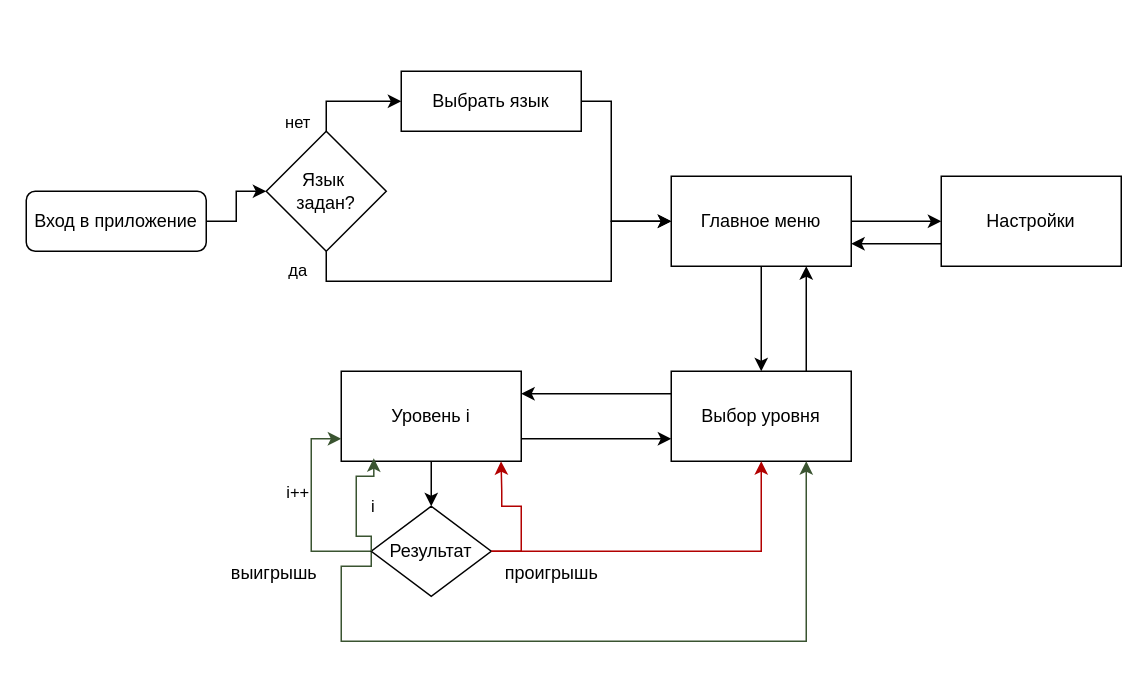
Above: Architect/Диаграмма пользовательского опыта.drawio in MustelaErmine/Force (draw.io), before the change. Source tidied: cells renumbered, new cells numbered last; positions are measured from the earlier drawing's top-left corner, leaving out a move shared by most shapes. Both pictures are drawn from the tidied source at 150%, with x=0, y=0 at pixel (26, 70).
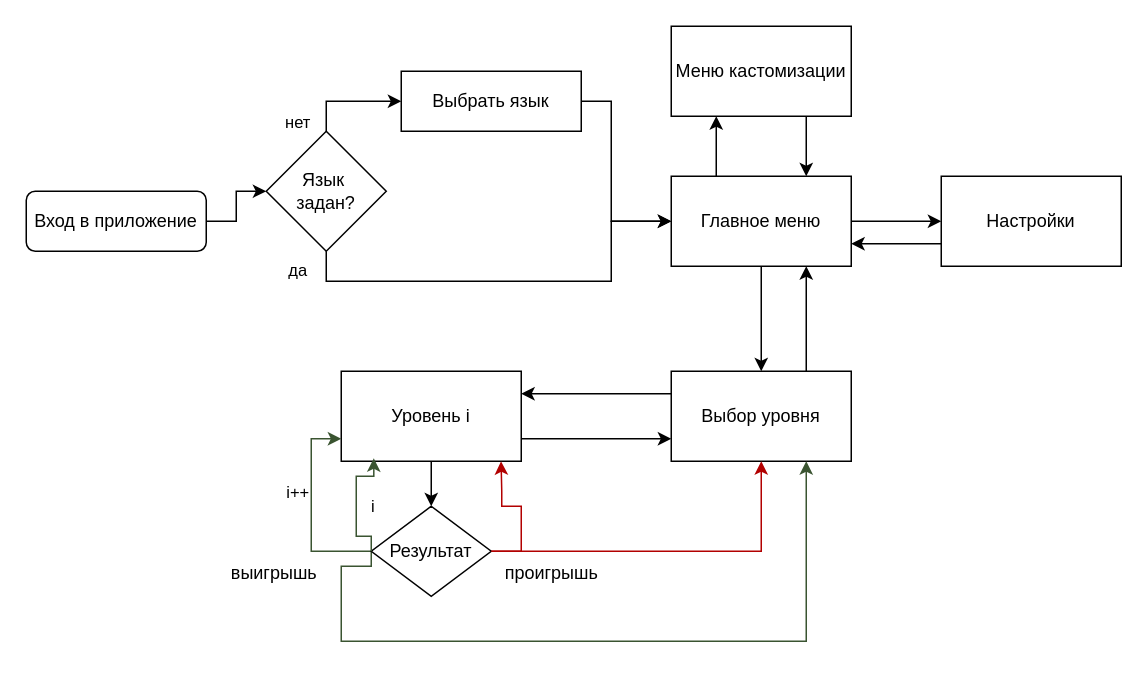
The same page after the edit.

The change refers to these unchanged cells:
```xml
<mxCell id="13" value="Главное меню" style="rounded=0;whiteSpace=wrap;html=1;" parent="1" vertex="1">
  <mxGeometry x="430" y="70" width="120" height="60" as="geometry" />
</mxCell>
```

The edit, as a diff of the source:
```diff
@@
+    <mxCell id="33" style="edgeStyle=orthogonalEdgeStyle;rounded=0;jettySize=auto;html=1;exitX=0.25;exitY=0;exitDx=0;exitDy=0;entryX=0.25;entryY=1;entryDx=0;entryDy=0;" parent="1" edge="1" source="13" target="35">
+      <mxGeometry relative="1" as="geometry" />
+    </mxCell>
@@
+    <mxCell id="34" style="edgeStyle=orthogonalEdgeStyle;rounded=0;jettySize=auto;html=1;exitX=0.75;exitY=1;exitDx=0;exitDy=0;entryX=0.75;entryY=0;entryDx=0;entryDy=0;" parent="1" edge="1" source="35" target="13">
+      <mxGeometry relative="1" as="geometry" />
+    </mxCell>
+    <mxCell id="35" value="Меню кастомизации" style="rounded=0;whiteSpace=wrap;html=1;" parent="1" vertex="1">
+      <mxGeometry x="430" y="-30" width="120" height="60" as="geometry" />
+    </mxCell>
```
